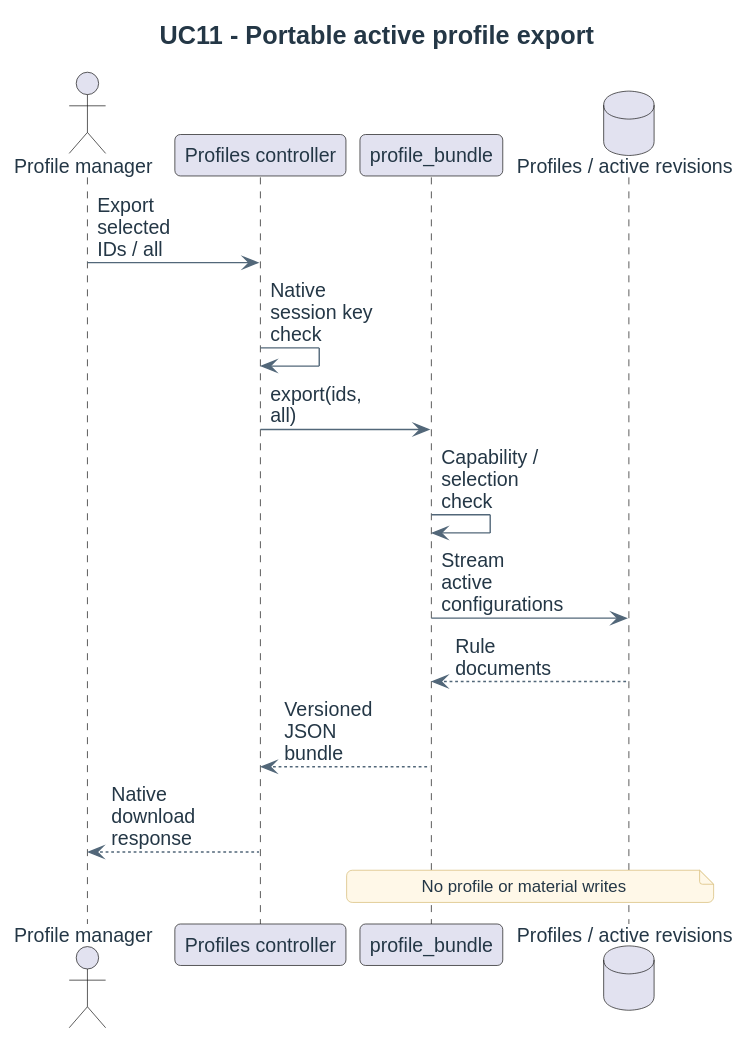
didactika/moodle-local_coursefiles keeps this PlantUML diagram as docs/diagrams/design/sequences/uc11-export-profiles.svg. Above is the earlier version.
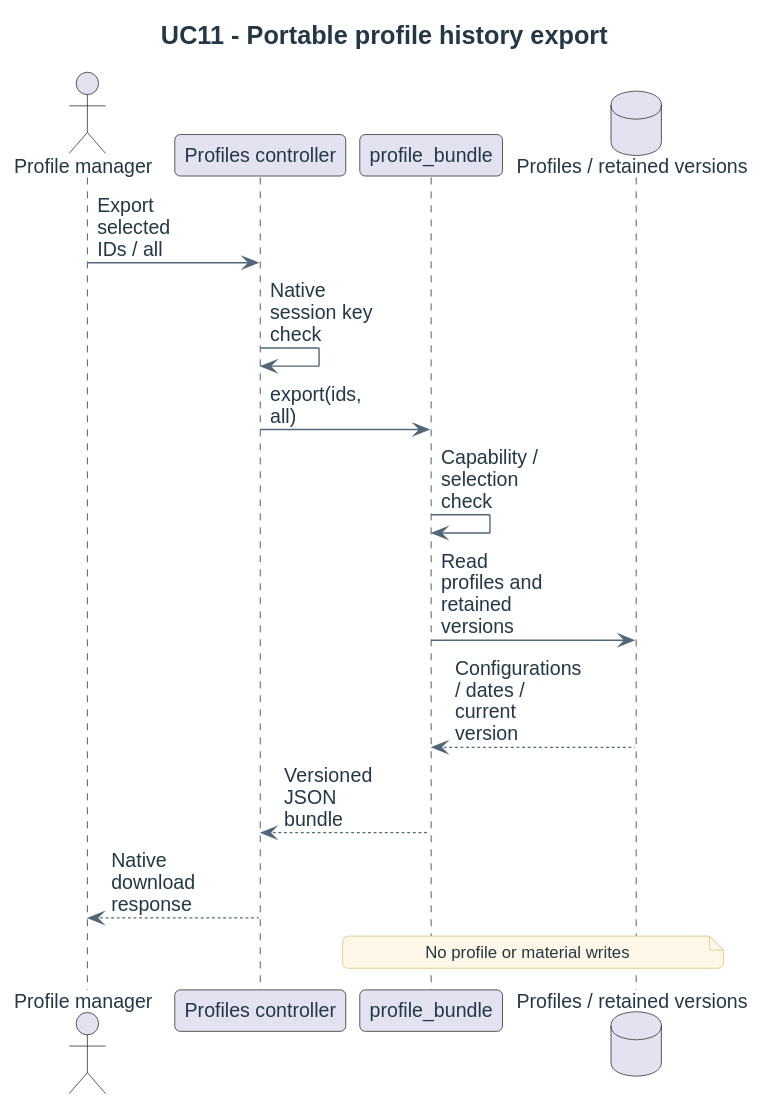
After the commit.

What changed in the source:
```diff
@@ -1,16 +1,16 @@
 @startuml
 !include ../../_style.puml
-title UC11 - Portable active profile export
+title UC11 - Portable profile history export
 actor "Profile manager" as Actor
 participant "Profiles controller" as UI
 participant profile_bundle as Bundle
-database "Profiles / active revisions" as DB
+database "Profiles / retained versions" as DB
 Actor -> UI : Export selected IDs / all
 UI -> UI : Native session key check
 UI -> Bundle : export(ids, all)
 Bundle -> Bundle : Capability / selection check
-Bundle -> DB : Stream active configurations
-DB --> Bundle : Rule documents
+Bundle -> DB : Read profiles and retained versions
+DB --> Bundle : Configurations / dates / current version
 Bundle --> UI : Versioned JSON bundle
 UI --> Actor : Native download response
 note over Bundle, DB : No profile or material writes
```
